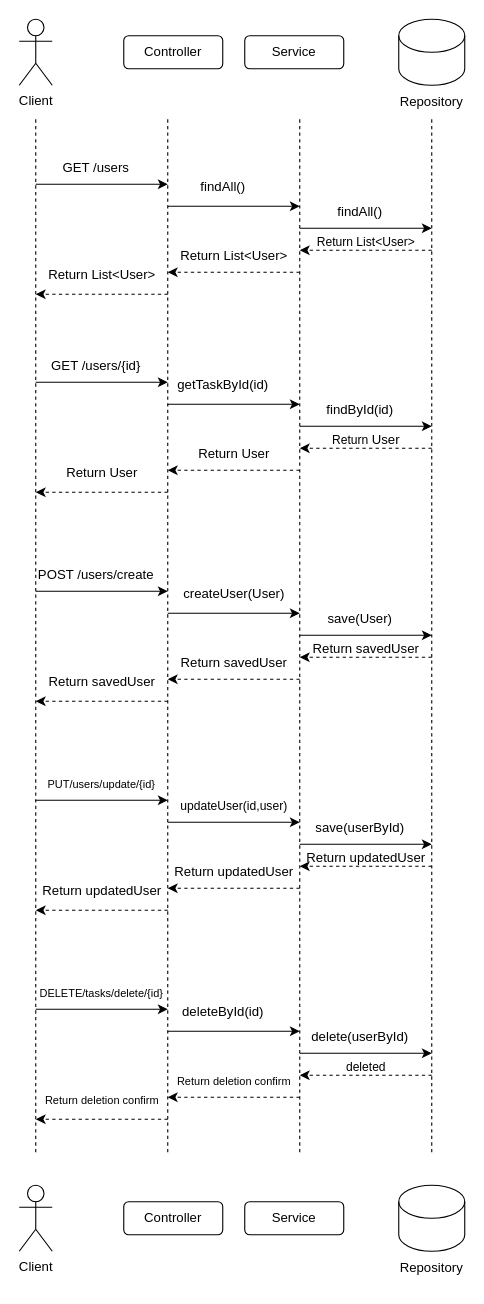
This is UserREST.drawio from Jucharick/Diploma_project, a draw.io file, before an edit. Source tidied: cells renumbered, new cells numbered last; positions are measured from the earlier drawing's top-left corner, leaving out a move shared by most shapes. Both pictures are drawn from the tidied source at 110%, with x=0, y=0 at pixel (19, 19).
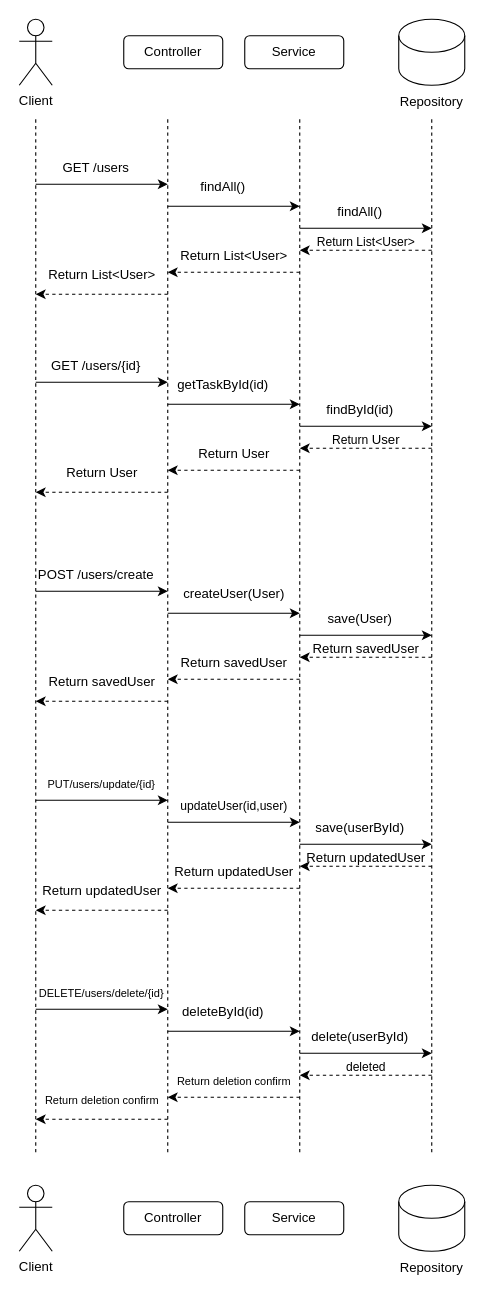
The same diagram, later.

Commit message (it also covers changes not shown here):
UPD diploma project - UPD rest diagram

Change to the diagram source:
```diff
@@
-    <mxCell id="65" value="&lt;font style=&quot;font-size: 10px;&quot;&gt;DELETE/tasks/delete/{id}&lt;/font&gt;" style="text;html=1;align=center;verticalAlign=middle;whiteSpace=wrap;rounded=0;" parent="1" vertex="1">
+    <mxCell id="65" value="&lt;font style=&quot;font-size: 10px;&quot;&gt;DELETE/users/delete/{id}&lt;/font&gt;" style="text;html=1;align=center;verticalAlign=middle;whiteSpace=wrap;rounded=0;" parent="1" vertex="1">
       <mxGeometry x="20" y="870" width="110" height="30" as="geometry" />
     </mxCell>
```
